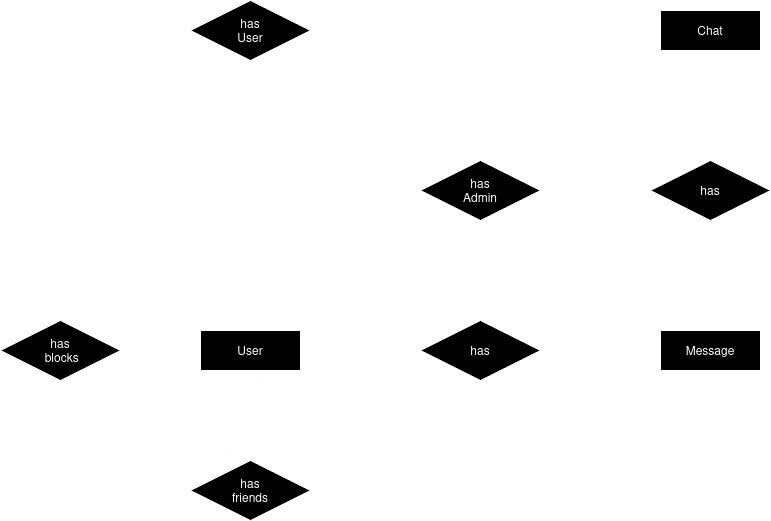
This is prototipation/conceitual.png from Leonardo-Luz/social-media-app-college-project, a draw.io export, as it was before one commit. Source tidied: cells renumbered, new cells last; positions are measured from the earlier drawing's top-left corner, leaving out a move shared by most shapes.
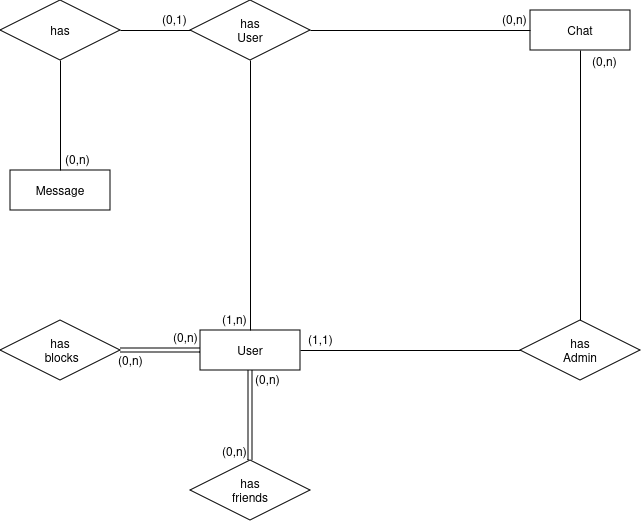
After the change.

Commit message:
[refactor] changed conceptual and logic database models

Diff of the diagram source:
```diff
@@ -6,14 +6,11 @@
       <mxGeometry x="200" y="330" width="100" height="40" as="geometry" />
     </mxCell>
     <mxCell id="3" value="Chat" style="whiteSpace=wrap;html=1;align=center;" parent="1" vertex="1">
-      <mxGeometry x="660" y="10" width="100" height="40" as="geometry" />
+      <mxGeometry x="530" y="10" width="100" height="40" as="geometry" />
     </mxCell>
     <mxCell id="4" value="Message" style="whiteSpace=wrap;html=1;align=center;" parent="1" vertex="1">
-      <mxGeometry x="660" y="330" width="100" height="40" as="geometry" />
+      <mxGeometry x="10" y="170" width="100" height="40" as="geometry" />
     </mxCell>
-    <mxCell id="5" value="&lt;div&gt;has&lt;/div&gt;" style="shape=rhombus;perimeter=rhombusPerimeter;whiteSpace=wrap;html=1;align=center;" parent="1" vertex="1">
-      <mxGeometry x="650" y="160" width="120" height="60" as="geometry" />
-    </mxCell>
     <mxCell id="6" value="&lt;div&gt;has&lt;/div&gt;&lt;div&gt;User&lt;br&gt;&lt;/div&gt;" style="shape=rhombus;perimeter=rhombusPerimeter;whiteSpace=wrap;html=1;align=center;" parent="1" vertex="1">
       <mxGeometry x="190" width="120" height="60" as="geometry" />
     </mxCell>
@@ -34,21 +31,6 @@
         <mxPoint x="3" y="18" as="offset" />
       </mxGeometry>
     </mxCell>
-    <mxCell id="12" value="&lt;div&gt;has&lt;/div&gt;" style="shape=rhombus;perimeter=rhombusPerimeter;whiteSpace=wrap;html=1;align=center;" parent="1" vertex="1">
-      <mxGeometry x="420" y="320" width="120" height="60" as="geometry" />
-    </mxCell>
-    <mxCell id="13" style="endArrow=none;html=1;rounded=0;entryX=0;entryY=0.5;entryDx=0;entryDy=0;exitX=1;exitY=0.5;exitDx=0;exitDy=0;" parent="1" edge="1" source="12" target="4">
-      <mxGeometry relative="1" as="geometry" />
-    </mxCell>
-    <mxCell id="14" style="endArrow=none;html=1;rounded=0;exitX=0;exitY=0.5;exitDx=0;exitDy=0;" parent="1" edge="1" source="12" target="2">
-      <mxGeometry relative="1" as="geometry" />
-    </mxCell>
-    <mxCell id="15" style="endArrow=none;html=1;rounded=0;entryX=0.5;entryY=0;entryDx=0;entryDy=0;exitX=0.5;exitY=1;exitDx=0;exitDy=0;" parent="1" edge="1" source="5" target="4">
-      <mxGeometry relative="1" as="geometry" />
-    </mxCell>
-    <mxCell id="16" style="endArrow=none;html=1;rounded=0;entryX=0.5;entryY=1;entryDx=0;entryDy=0;exitX=0.5;exitY=0;exitDx=0;exitDy=0;" parent="1" edge="1" source="5" target="3">
-      <mxGeometry relative="1" as="geometry" />
-    </mxCell>
     <mxCell id="17" value="(0,n)" style="html=1;whiteSpace=wrap;align=left;verticalAlign=bottom;imageWidth=50;imageHeight=50;" parent="1" vertex="1">
       <mxGeometry x="220" y="460" as="geometry" />
     </mxCell>
@@ -60,18 +42,6 @@
     <mxCell id="19" value="(0,n)" style="html=1;whiteSpace=wrap;align=left;verticalAlign=bottom;imageWidth=50;imageHeight=50;" parent="1" vertex="1">
       <mxGeometry x="116" y="369" as="geometry" />
     </mxCell>
-    <mxCell id="20" value="(0,n)" style="html=1;whiteSpace=wrap;align=left;verticalAlign=bottom;imageWidth=50;imageHeight=50;" parent="1" vertex="1">
-      <mxGeometry x="630" y="348" as="geometry" />
-    </mxCell>
-    <mxCell id="21" value="(0,1)" style="html=1;whiteSpace=wrap;align=left;verticalAlign=bottom;imageWidth=50;imageHeight=50;" parent="1" vertex="1">
-      <mxGeometry x="301" y="367" as="geometry" />
-    </mxCell>
-    <mxCell id="22" value="(0,n)" style="html=1;whiteSpace=wrap;align=left;verticalAlign=bottom;imageWidth=50;imageHeight=50;" parent="1" vertex="1">
-      <mxGeometry x="711" y="328" as="geometry" />
-    </mxCell>
-    <mxCell id="23" value="(0,1)" style="html=1;whiteSpace=wrap;align=left;verticalAlign=bottom;imageWidth=50;imageHeight=50;" parent="1" vertex="1">
-      <mxGeometry x="680" y="70" as="geometry" />
-    </mxCell>
     <mxCell id="24" style="endArrow=none;html=1;rounded=0;entryX=0.5;entryY=0;entryDx=0;entryDy=0;exitX=0.5;exitY=1;exitDx=0;exitDy=0;" parent="1" edge="1" source="6" target="2">
       <mxGeometry relative="1" as="geometry" />
     </mxCell>
@@ -79,40 +49,40 @@
       <mxGeometry relative="1" as="geometry" />
     </mxCell>
     <mxCell id="26" value="(0,n)" style="html=1;whiteSpace=wrap;align=left;verticalAlign=bottom;imageWidth=50;imageHeight=50;" parent="1" vertex="1">
-      <mxGeometry x="630" y="30" as="geometry" />
+      <mxGeometry x="500" y="28" as="geometry" />
     </mxCell>
     <mxCell id="27" value="&lt;div&gt;has&lt;/div&gt;&lt;div&gt;Admin&lt;br&gt;&lt;/div&gt;" style="shape=rhombus;perimeter=rhombusPerimeter;whiteSpace=wrap;html=1;align=center;" parent="1" vertex="1">
-      <mxGeometry x="420" y="160" width="120" height="60" as="geometry" />
+      <mxGeometry x="520" y="320" width="120" height="60" as="geometry" />
     </mxCell>
-    <mxCell id="28" style="endArrow=none;html=1;rounded=0;entryX=0.5;entryY=0;entryDx=0;entryDy=0;" parent="1" edge="1" target="27">
-      <mxGeometry relative="1" as="geometry">
-        <mxPoint x="480" y="40" as="sourcePoint" />
-      </mxGeometry>
-    </mxCell>
-    <mxCell id="29" style="endArrow=none;html=1;rounded=0;exitX=0;exitY=0.5;exitDx=0;exitDy=0;" parent="1" edge="1" source="27">
-      <mxGeometry relative="1" as="geometry">
-        <mxPoint x="280" y="190" as="targetPoint" />
-      </mxGeometry>
+    <mxCell id="29" style="endArrow=none;html=1;rounded=0;exitX=0;exitY=0.5;exitDx=0;exitDy=0;entryX=1;entryY=0.5;entryDx=0;entryDy=0;" parent="1" edge="1" source="27" target="2">
+      <mxGeometry relative="1" as="geometry" />
     </mxCell>
-    <mxCell id="30" style="endArrow=none;html=1;rounded=0;entryX=0.75;entryY=0;entryDx=0;entryDy=0;" parent="1" edge="1">
-      <mxGeometry relative="1" as="geometry">
-        <mxPoint x="280" y="190" as="sourcePoint" />
-        <mxPoint x="280" y="330" as="targetPoint" />
-      </mxGeometry>
-    </mxCell>
-    <mxCell id="31" style="endArrow=none;html=1;rounded=0;entryX=0;entryY=0.75;entryDx=0;entryDy=0;" parent="1" edge="1" target="3">
-      <mxGeometry relative="1" as="geometry">
-        <mxPoint x="480" y="40" as="sourcePoint" />
-      </mxGeometry>
-    </mxCell>
     <mxCell id="32" value="(0,n)" style="html=1;whiteSpace=wrap;align=left;verticalAlign=bottom;imageWidth=50;imageHeight=50;" parent="1" vertex="1">
-      <mxGeometry x="630" y="58" as="geometry" />
+      <mxGeometry x="590" y="70" as="geometry" />
     </mxCell>
     <mxCell id="33" value="(1,1)" style="html=1;whiteSpace=wrap;align=left;verticalAlign=bottom;imageWidth=50;imageHeight=50;" parent="1" vertex="1">
-      <mxGeometry x="282" y="328" as="geometry" />
+      <mxGeometry x="306" y="348" as="geometry" />
     </mxCell>
     <mxCell id="34" value="(1,n)" style="html=1;whiteSpace=wrap;align=left;verticalAlign=bottom;imageWidth=50;imageHeight=50;" parent="1" vertex="1">
       <mxGeometry x="220" y="328" as="geometry" />
     </mxCell>
+    <mxCell id="35" value="has" style="shape=rhombus;perimeter=rhombusPerimeter;whiteSpace=wrap;html=1;align=center;" parent="1" vertex="1">
+      <mxGeometry width="120" height="60" as="geometry" />
+    </mxCell>
+    <mxCell id="36" style="endArrow=none;html=1;rounded=0;entryX=0.5;entryY=0;entryDx=0;entryDy=0;exitX=0.5;exitY=1;exitDx=0;exitDy=0;" parent="1" edge="1" source="35" target="4">
+      <mxGeometry relative="1" as="geometry" />
+    </mxCell>
+    <mxCell id="37" style="endArrow=none;html=1;rounded=0;entryX=0;entryY=0.5;entryDx=0;entryDy=0;exitX=1;exitY=0.5;exitDx=0;exitDy=0;" parent="1" edge="1" source="35" target="6">
+      <mxGeometry relative="1" as="geometry" />
+    </mxCell>
+    <mxCell id="38" value="(0,1)" style="html=1;whiteSpace=wrap;align=left;verticalAlign=bottom;imageWidth=50;imageHeight=50;direction=south;" parent="1" vertex="1">
+      <mxGeometry x="160" y="28" as="geometry" />
+    </mxCell>
+    <mxCell id="39" value="(0,n)" style="html=1;whiteSpace=wrap;align=left;verticalAlign=bottom;imageWidth=50;imageHeight=50;" parent="1" vertex="1">
+      <mxGeometry x="63" y="168" as="geometry" />
+    </mxCell>
+    <mxCell id="40" style="endArrow=none;html=1;rounded=0;entryX=0.5;entryY=0;entryDx=0;entryDy=0;exitX=0.5;exitY=1;exitDx=0;exitDy=0;" parent="1" edge="1" source="3" target="27">
+      <mxGeometry relative="1" as="geometry" />
+    </mxCell>
   </root>
 </mxGraphModel>
```
